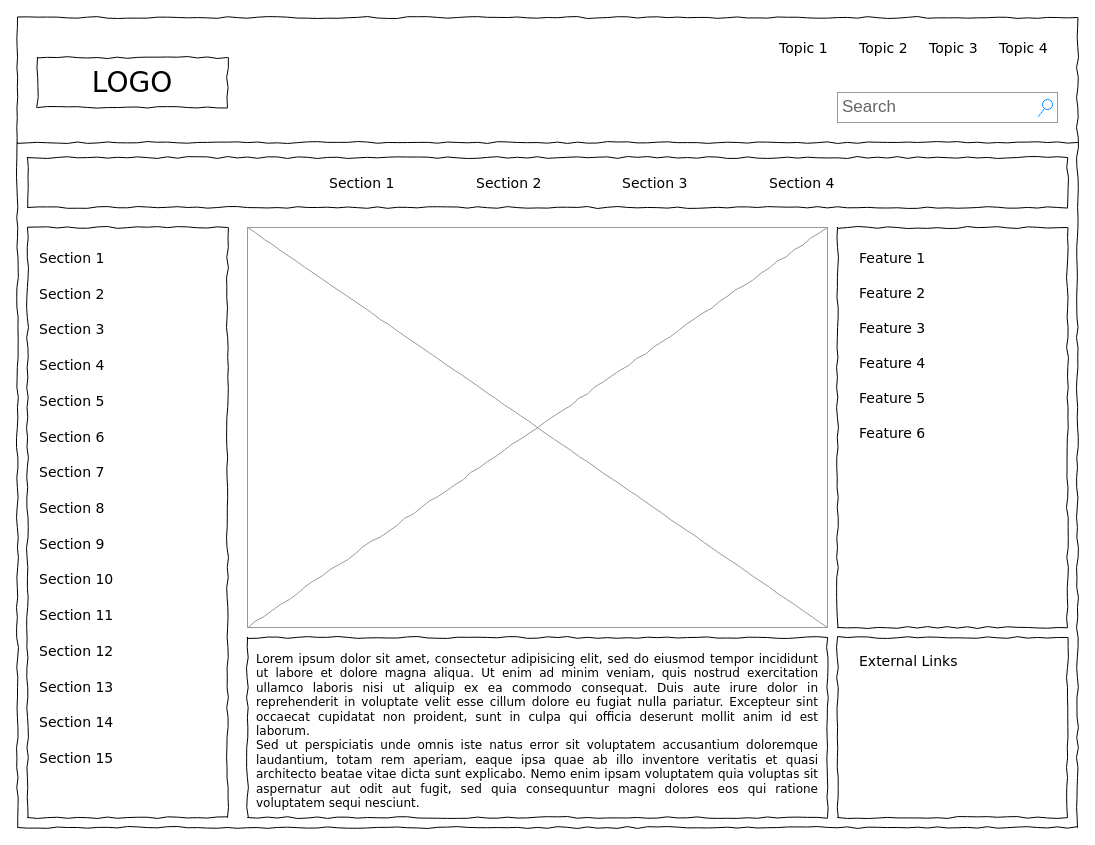
The draw.io diagram Untitled Diagram.drawio in caramelsyrup/UI_ACADEMY, before the edit. Source tidied: cells renumbered, new cells numbered last; positions are measured from the earlier drawing's top-left corner, leaving out a move shared by most shapes. Both pictures are drawn from the tidied source at 100%, with x=0, y=0 at pixel (17, 17).
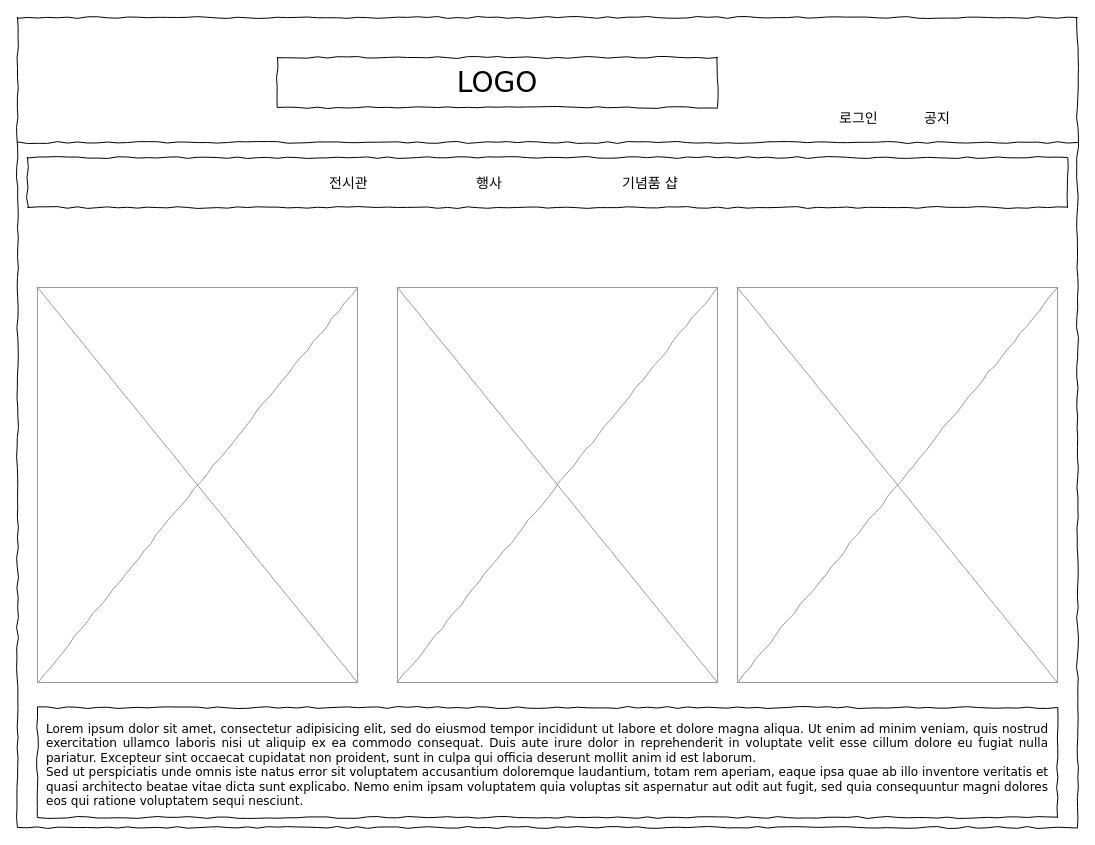
The same page after the edit.

What changed in the source:
```diff
@@
     <mxCell id="3" value="LOGO" style="whiteSpace=wrap;html=1;rounded=0;shadow=0;labelBackgroundColor=none;strokeWidth=1;fontFamily=Verdana;fontSize=28;align=center;comic=1;" parent="1" vertex="1">
-      <mxGeometry x="20" y="40" width="190" height="50" as="geometry" />
+      <mxGeometry x="260" y="40" width="440" height="50" as="geometry" />
     </mxCell>
-    <mxCell id="4" value="Search" style="strokeWidth=1;shadow=0;dashed=0;align=center;html=1;shape=mxgraph.mockup.forms.searchBox;strokeColor=#999999;mainText=;strokeColor2=#008cff;fontColor=#666666;fontSize=17;align=left;spacingLeft=3;rounded=0;labelBackgroundColor=none;comic=1;" parent="1" vertex="1">
-      <mxGeometry x="820" y="75" width="220" height="30" as="geometry" />
-    </mxCell>
-    <mxCell id="5" value="Topic 1" style="text;html=1;align=left;verticalAlign=top;spacingTop=-4;fontSize=14;fontFamily=Verdana;" parent="1" vertex="1">
-      <mxGeometry x="760" y="20" width="60" height="20" as="geometry" />
-    </mxCell>
-    <mxCell id="6" value="Topic 2" style="text;html=1;align=left;verticalAlign=top;spacingTop=-4;fontSize=14;fontFamily=Verdana;" parent="1" vertex="1">
-      <mxGeometry x="840" y="20" width="60" height="20" as="geometry" />
+    <mxCell id="6" value="로그인" style="text;html=1;align=left;verticalAlign=top;spacingTop=-4;fontSize=14;fontFamily=Verdana;" parent="1" vertex="1">
+      <mxGeometry x="820" y="90" width="60" height="20" as="geometry" />
     </mxCell>
-    <mxCell id="7" value="Topic 3" style="text;html=1;align=left;verticalAlign=top;spacingTop=-4;fontSize=14;fontFamily=Verdana;" parent="1" vertex="1">
-      <mxGeometry x="910" y="20" width="60" height="20" as="geometry" />
+    <mxCell id="7" value="공지" style="text;html=1;align=left;verticalAlign=top;spacingTop=-4;fontSize=14;fontFamily=Verdana;" parent="1" vertex="1">
+      <mxGeometry x="905" y="90" width="60" height="20" as="geometry" />
     </mxCell>
-    <mxCell id="8" value="Topic 4" style="text;html=1;align=left;verticalAlign=top;spacingTop=-4;fontSize=14;fontFamily=Verdana;" parent="1" vertex="1">
-      <mxGeometry x="980" y="20" width="60" height="20" as="geometry" />
-    </mxCell>
-    <mxCell id="9" style="whiteSpace=wrap;html=1;rounded=0;shadow=0;labelBackgroundColor=none;strokeWidth=1;fillColor=none;fontFamily=Verdana;fontSize=12;align=center;comic=1;" parent="1" vertex="1">
-      <mxGeometry x="10" y="210" width="200" height="590" as="geometry" />
-    </mxCell>
@@
-    <mxCell id="12" value="Section 1" style="text;html=1;align=left;verticalAlign=top;spacingTop=-4;fontSize=14;fontFamily=Verdana;" parent="1" vertex="1">
+    <mxCell id="12" value="전시관" style="text;html=1;align=left;verticalAlign=top;spacingTop=-4;fontSize=14;fontFamily=Verdana;" parent="1" vertex="1">
       <mxGeometry x="310" y="155" width="60" height="20" as="geometry" />
     </mxCell>
-    <mxCell id="13" value="Section 2" style="text;html=1;align=left;verticalAlign=top;spacingTop=-4;fontSize=14;fontFamily=Verdana;" parent="1" vertex="1">
+    <mxCell id="13" value="행사" style="text;html=1;align=left;verticalAlign=top;spacingTop=-4;fontSize=14;fontFamily=Verdana;" parent="1" vertex="1">
       <mxGeometry x="457" y="155" width="60" height="20" as="geometry" />
     </mxCell>
-    <mxCell id="14" value="Section 3" style="text;html=1;align=left;verticalAlign=top;spacingTop=-4;fontSize=14;fontFamily=Verdana;" parent="1" vertex="1">
+    <mxCell id="14" value="기념품 샵" style="text;html=1;align=left;verticalAlign=top;spacingTop=-4;fontSize=14;fontFamily=Verdana;" parent="1" vertex="1">
       <mxGeometry x="603" y="155" width="60" height="20" as="geometry" />
     </mxCell>
-    <mxCell id="15" value="Section 4" style="text;html=1;align=left;verticalAlign=top;spacingTop=-4;fontSize=14;fontFamily=Verdana;" parent="1" vertex="1">
-      <mxGeometry x="750" y="155" width="60" height="20" as="geometry" />
-    </mxCell>
     <mxCell id="16" value="&lt;div style=&quot;text-align: justify&quot;&gt;&lt;span&gt;Lorem ipsum dolor sit amet, consectetur adipisicing elit, sed do eiusmod tempor incididunt ut labore et dolore magna aliqua. Ut enim ad minim veniam, quis nostrud exercitation ullamco laboris nisi ut aliquip ex ea commodo consequat. Duis aute irure dolor in reprehenderit in voluptate velit esse cillum dolore eu fugiat nulla pariatur. Excepteur sint occaecat cupidatat non proident, sunt in culpa qui officia deserunt mollit anim id est laborum.&lt;/span&gt;&lt;/div&gt;&lt;div style=&quot;text-align: justify&quot;&gt;&lt;span&gt;Sed ut perspiciatis unde omnis iste natus error sit voluptatem accusantium doloremque laudantium, totam rem aperiam, eaque ipsa quae ab illo inventore veritatis et quasi architecto beatae vitae dicta sunt explicabo. Nemo enim ipsam voluptatem quia voluptas sit aspernatur aut odit aut fugit, sed quia consequuntur magni dolores eos qui ratione voluptatem sequi nesciunt.&amp;nbsp;&lt;/span&gt;&lt;/div&gt;" style="whiteSpace=wrap;html=1;rounded=0;shadow=0;labelBackgroundColor=none;strokeWidth=1;fillColor=none;fontFamily=Verdana;fontSize=12;align=center;verticalAlign=top;spacing=10;comic=1;" parent="1" vertex="1">
-      <mxGeometry x="230" y="620" width="580" height="180" as="geometry" />
+      <mxGeometry x="20" y="690" width="1020" height="110" as="geometry" />
     </mxCell>
     <mxCell id="17" style="verticalLabelPosition=bottom;shadow=0;dashed=0;align=center;html=1;verticalAlign=top;strokeWidth=1;shape=mxgraph.mockup.graphics.simpleIcon;strokeColor=#999999;rounded=0;labelBackgroundColor=none;fontFamily=Verdana;fontSize=14;fontColor=#000000;comic=1;" parent="1" vertex="1">
-      <mxGeometry x="230" y="210" width="580" height="400" as="geometry" />
+      <mxGeometry x="20" y="270" width="320" height="395" as="geometry" />
     </mxCell>
-    <mxCell id="18" style="whiteSpace=wrap;html=1;rounded=0;shadow=0;labelBackgroundColor=none;strokeWidth=1;fillColor=none;fontFamily=Verdana;fontSize=12;align=center;comic=1;" parent="1" vertex="1">
-      <mxGeometry x="820" y="210" width="230" height="400" as="geometry" />
-    </mxCell>
-    <mxCell id="19" style="whiteSpace=wrap;html=1;rounded=0;shadow=0;labelBackgroundColor=none;strokeWidth=1;fillColor=none;fontFamily=Verdana;fontSize=12;align=center;comic=1;" parent="1" vertex="1">
-      <mxGeometry x="820" y="620" width="230" height="180" as="geometry" />
-    </mxCell>
-    <mxCell id="20" value="Section 1" style="text;html=1;align=left;verticalAlign=top;spacingTop=-4;fontSize=14;fontFamily=Verdana;" parent="1" vertex="1">
-      <mxGeometry x="20" y="230" width="170" height="20" as="geometry" />
-    </mxCell>
-    <mxCell id="21" value="Section 2" style="text;html=1;align=left;verticalAlign=top;spacingTop=-4;fontSize=14;fontFamily=Verdana;" parent="1" vertex="1">
-      <mxGeometry x="20" y="266" width="170" height="20" as="geometry" />
-    </mxCell>
-    <mxCell id="22" value="Section 3" style="text;html=1;align=left;verticalAlign=top;spacingTop=-4;fontSize=14;fontFamily=Verdana;" parent="1" vertex="1">
-      <mxGeometry x="20" y="301" width="170" height="20" as="geometry" />
-    </mxCell>
-    <mxCell id="23" value="Section 4" style="text;html=1;align=left;verticalAlign=top;spacingTop=-4;fontSize=14;fontFamily=Verdana;" parent="1" vertex="1">
-      <mxGeometry x="20" y="337" width="170" height="20" as="geometry" />
-    </mxCell>
-    <mxCell id="24" value="Section 7" style="text;html=1;align=left;verticalAlign=top;spacingTop=-4;fontSize=14;fontFamily=Verdana;" parent="1" vertex="1">
-      <mxGeometry x="20" y="444" width="170" height="20" as="geometry" />
-    </mxCell>
-    <mxCell id="25" value="Section 8" style="text;html=1;align=left;verticalAlign=top;spacingTop=-4;fontSize=14;fontFamily=Verdana;" parent="1" vertex="1">
-      <mxGeometry x="20" y="480" width="170" height="20" as="geometry" />
-    </mxCell>
-    <mxCell id="26" value="Section 9" style="text;html=1;align=left;verticalAlign=top;spacingTop=-4;fontSize=14;fontFamily=Verdana;" parent="1" vertex="1">
-      <mxGeometry x="20" y="516" width="170" height="20" as="geometry" />
-    </mxCell>
-    <mxCell id="27" value="Section 10" style="text;html=1;align=left;verticalAlign=top;spacingTop=-4;fontSize=14;fontFamily=Verdana;" parent="1" vertex="1">
-      <mxGeometry x="20" y="551" width="170" height="20" as="geometry" />
-    </mxCell>
-    <mxCell id="28" value="Section 11" style="text;html=1;align=left;verticalAlign=top;spacingTop=-4;fontSize=14;fontFamily=Verdana;" parent="1" vertex="1">
-      <mxGeometry x="20" y="587" width="170" height="20" as="geometry" />
-    </mxCell>
-    <mxCell id="29" value="Section 12" style="text;html=1;align=left;verticalAlign=top;spacingTop=-4;fontSize=14;fontFamily=Verdana;" parent="1" vertex="1">
-      <mxGeometry x="20" y="623" width="170" height="20" as="geometry" />
-    </mxCell>
-    <mxCell id="30" value="Section 13" style="text;html=1;align=left;verticalAlign=top;spacingTop=-4;fontSize=14;fontFamily=Verdana;" parent="1" vertex="1">
-      <mxGeometry x="20" y="659" width="170" height="20" as="geometry" />
-    </mxCell>
-    <mxCell id="31" value="Section 14" style="text;html=1;align=left;verticalAlign=top;spacingTop=-4;fontSize=14;fontFamily=Verdana;" parent="1" vertex="1">
-      <mxGeometry x="20" y="694" width="170" height="20" as="geometry" />
-    </mxCell>
-    <mxCell id="32" value="Section 5" style="text;html=1;align=left;verticalAlign=top;spacingTop=-4;fontSize=14;fontFamily=Verdana;" parent="1" vertex="1">
-      <mxGeometry x="20" y="373" width="170" height="20" as="geometry" />
-    </mxCell>
-    <mxCell id="33" value="Section 6" style="text;html=1;align=left;verticalAlign=top;spacingTop=-4;fontSize=14;fontFamily=Verdana;" parent="1" vertex="1">
-      <mxGeometry x="20" y="409" width="170" height="20" as="geometry" />
-    </mxCell>
-    <mxCell id="34" value="Section 15" style="text;html=1;align=left;verticalAlign=top;spacingTop=-4;fontSize=14;fontFamily=Verdana;" parent="1" vertex="1">
-      <mxGeometry x="20" y="730" width="170" height="20" as="geometry" />
-    </mxCell>
-    <mxCell id="35" value="External Links" style="text;html=1;align=left;verticalAlign=top;spacingTop=-4;fontSize=14;fontFamily=Verdana;" parent="1" vertex="1">
-      <mxGeometry x="840" y="633" width="170" height="20" as="geometry" />
-    </mxCell>
-    <mxCell id="36" value="Feature 1" style="text;html=1;align=left;verticalAlign=top;spacingTop=-4;fontSize=14;fontFamily=Verdana;" parent="1" vertex="1">
-      <mxGeometry x="840" y="230" width="170" height="20" as="geometry" />
-    </mxCell>
-    <mxCell id="37" value="Feature 2" style="text;html=1;align=left;verticalAlign=top;spacingTop=-4;fontSize=14;fontFamily=Verdana;" parent="1" vertex="1">
-      <mxGeometry x="840" y="265" width="170" height="20" as="geometry" />
-    </mxCell>
-    <mxCell id="38" value="Feature 3" style="text;html=1;align=left;verticalAlign=top;spacingTop=-4;fontSize=14;fontFamily=Verdana;" parent="1" vertex="1">
-      <mxGeometry x="840" y="300" width="170" height="20" as="geometry" />
-    </mxCell>
-    <mxCell id="39" value="Feature 4" style="text;html=1;align=left;verticalAlign=top;spacingTop=-4;fontSize=14;fontFamily=Verdana;" parent="1" vertex="1">
-      <mxGeometry x="840" y="335" width="170" height="20" as="geometry" />
-    </mxCell>
-    <mxCell id="40" value="Feature 5" style="text;html=1;align=left;verticalAlign=top;spacingTop=-4;fontSize=14;fontFamily=Verdana;" parent="1" vertex="1">
-      <mxGeometry x="840" y="370" width="170" height="20" as="geometry" />
-    </mxCell>
-    <mxCell id="41" value="Feature 6" style="text;html=1;align=left;verticalAlign=top;spacingTop=-4;fontSize=14;fontFamily=Verdana;" parent="1" vertex="1">
-      <mxGeometry x="840" y="405" width="170" height="20" as="geometry" />
-    </mxCell>
+    <mxCell id="42" style="verticalLabelPosition=bottom;shadow=0;dashed=0;align=center;html=1;verticalAlign=top;strokeWidth=1;shape=mxgraph.mockup.graphics.simpleIcon;strokeColor=#999999;rounded=0;labelBackgroundColor=none;fontFamily=Verdana;fontSize=14;fontColor=#000000;comic=1;" parent="1" vertex="1">
+      <mxGeometry x="380" y="270" width="320" height="395" as="geometry" />
+    </mxCell>
+    <mxCell id="43" style="verticalLabelPosition=bottom;shadow=0;dashed=0;align=center;html=1;verticalAlign=top;strokeWidth=1;shape=mxgraph.mockup.graphics.simpleIcon;strokeColor=#999999;rounded=0;labelBackgroundColor=none;fontFamily=Verdana;fontSize=14;fontColor=#000000;comic=1;" parent="1" vertex="1">
+      <mxGeometry x="720" y="270" width="320" height="395" as="geometry" />
+    </mxCell>
```
